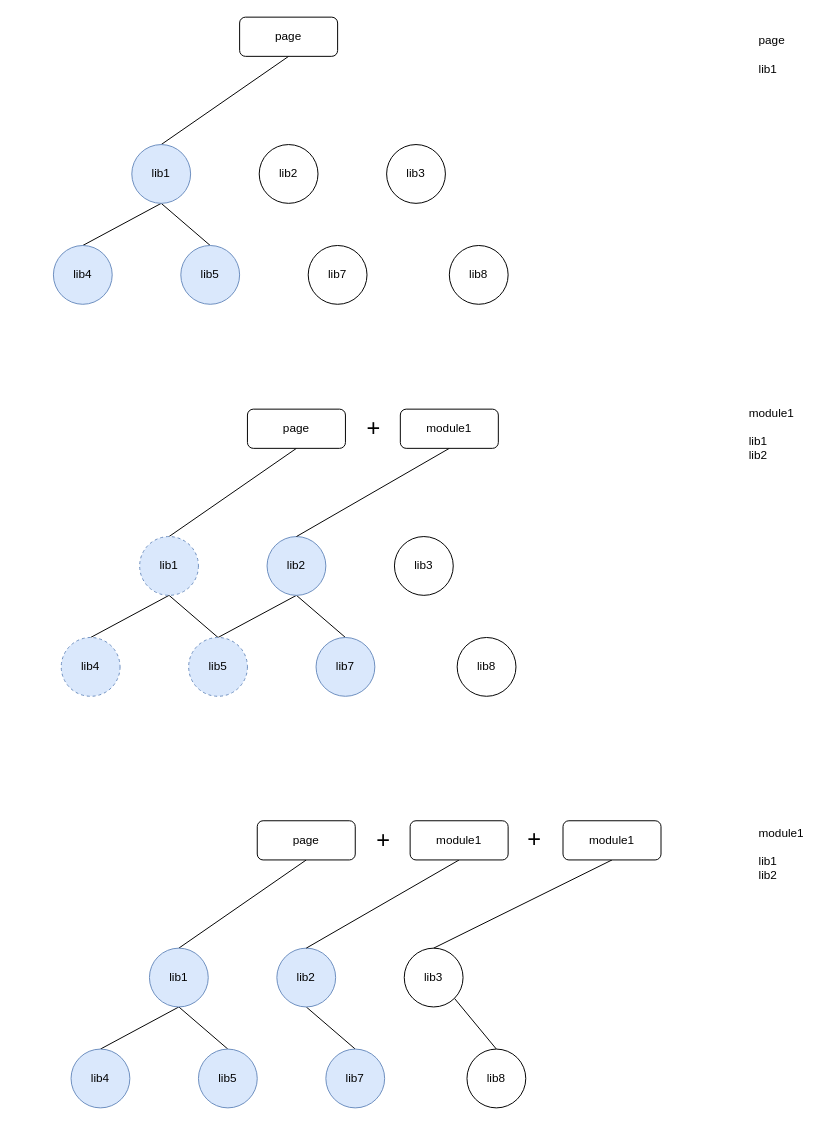
Above: lib deps.drawio in lokewei/draw.io (draw.io), before the change. Source tidied: cells renumbered, new cells numbered last; positions are measured from the earlier drawing's top-left corner, leaving out a move shared by most shapes. Both pictures are drawn from the tidied source at 98%, with x=0, y=0 at pixel (53, 17).
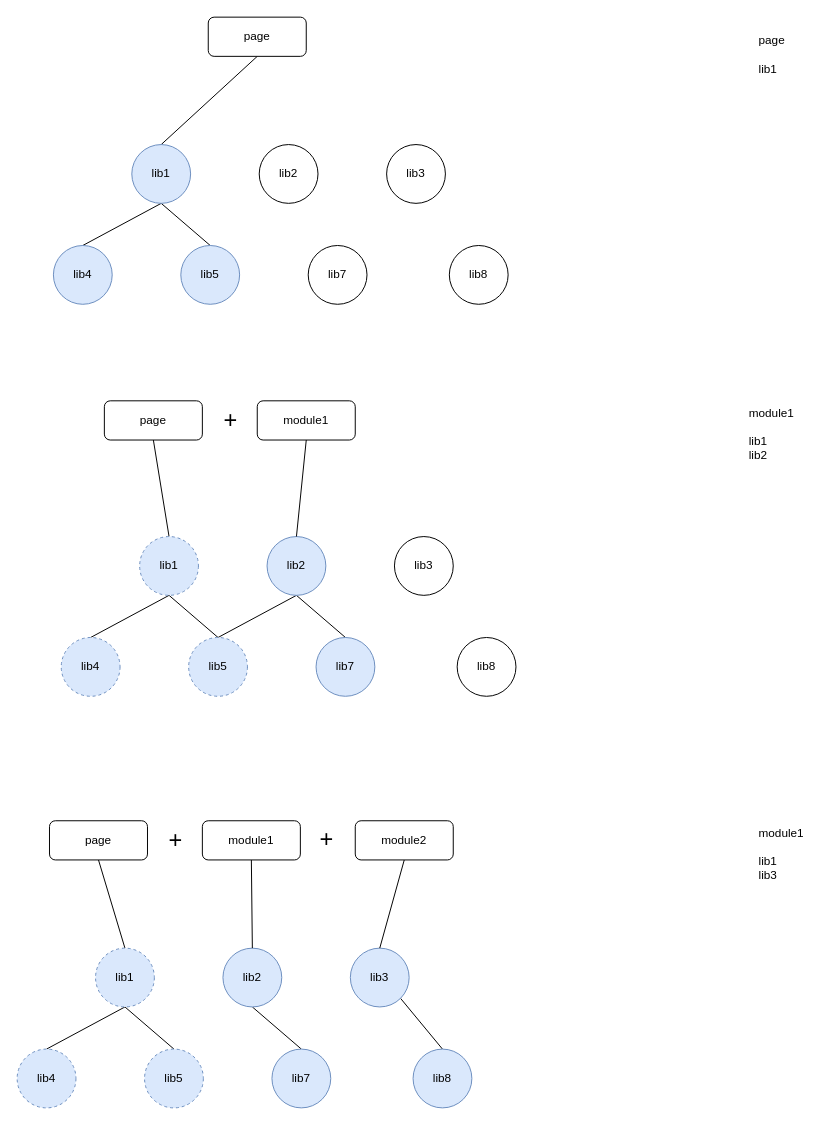
The same diagram, later.

Diff of the diagram source:
```diff
@@
     <mxCell id="3" value="page" style="rounded=1;whiteSpace=wrap;html=1;" parent="1" vertex="1">
-      <mxGeometry x="190" width="100" height="40" as="geometry" />
+      <mxGeometry x="158" width="100" height="40" as="geometry" />
     </mxCell>
@@
     <mxCell id="14" value="page" style="rounded=1;whiteSpace=wrap;html=1;" parent="1" vertex="1">
-      <mxGeometry x="198" y="400" width="100" height="40" as="geometry" />
+      <mxGeometry x="52" y="391.5" width="100" height="40" as="geometry" />
     </mxCell>
@@
     <mxCell id="27" value="module1" style="rounded=1;whiteSpace=wrap;html=1;" parent="1" vertex="1">
-      <mxGeometry x="354" y="400" width="100" height="40" as="geometry" />
+      <mxGeometry x="208" y="391.5" width="100" height="40" as="geometry" />
     </mxCell>
     <mxCell id="28" value="&lt;font style=&quot;font-size: 24px&quot;&gt;+&lt;/font&gt;" style="text;html=1;align=left;verticalAlign=top;spacingTop=-4;strokeWidth=1;" parent="1" vertex="1">
-      <mxGeometry x="318" y="403" width="30" height="37" as="geometry" />
+      <mxGeometry x="172" y="394.5" width="30" height="37" as="geometry" />
     </mxCell>
@@
     <mxCell id="30" value="page" style="rounded=1;whiteSpace=wrap;html=1;" parent="1" vertex="1">
-      <mxGeometry x="208" y="820" width="100" height="40" as="geometry" />
+      <mxGeometry x="-4" y="820" width="100" height="40" as="geometry" />
     </mxCell>
@@
-    <mxCell id="33" value="lib1" style="ellipse;whiteSpace=wrap;html=1;fillColor=#dae8fc;strokeColor=#6c8ebf;" parent="1" vertex="1">
-      <mxGeometry x="98" y="950" width="60" height="60" as="geometry" />
+    <mxCell id="33" value="lib1" style="ellipse;whiteSpace=wrap;html=1;fillColor=#dae8fc;strokeColor=#6c8ebf;dashed=1;" parent="1" vertex="1">
+      <mxGeometry x="43" y="950" width="60" height="60" as="geometry" />
     </mxCell>
@@
     <mxCell id="35" value="lib2" style="ellipse;whiteSpace=wrap;html=1;fillColor=#dae8fc;strokeColor=#6c8ebf;" parent="1" vertex="1">
-      <mxGeometry x="228" y="950" width="60" height="60" as="geometry" />
+      <mxGeometry x="173" y="950" width="60" height="60" as="geometry" />
     </mxCell>
@@
-    <mxCell id="37" value="lib3" style="ellipse;whiteSpace=wrap;html=1;" parent="1" vertex="1">
-      <mxGeometry x="358" y="950" width="60" height="60" as="geometry" />
+    <mxCell id="37" value="lib3" style="ellipse;whiteSpace=wrap;html=1;fillColor=#dae8fc;strokeColor=#6c8ebf;" parent="1" vertex="1">
+      <mxGeometry x="303" y="950" width="60" height="60" as="geometry" />
     </mxCell>
-    <mxCell id="38" value="lib4" style="ellipse;whiteSpace=wrap;html=1;fillColor=#dae8fc;strokeColor=#6c8ebf;" parent="1" vertex="1">
-      <mxGeometry x="18" y="1053" width="60" height="60" as="geometry" />
+    <mxCell id="38" value="lib4" style="ellipse;whiteSpace=wrap;html=1;fillColor=#dae8fc;strokeColor=#6c8ebf;dashed=1;" parent="1" vertex="1">
+      <mxGeometry x="-37" y="1053" width="60" height="60" as="geometry" />
     </mxCell>
-    <mxCell id="39" value="lib5" style="ellipse;whiteSpace=wrap;html=1;fillColor=#dae8fc;strokeColor=#6c8ebf;" parent="1" vertex="1">
-      <mxGeometry x="148" y="1053" width="60" height="60" as="geometry" />
+    <mxCell id="39" value="lib5" style="ellipse;whiteSpace=wrap;html=1;fillColor=#dae8fc;strokeColor=#6c8ebf;dashed=1;" parent="1" vertex="1">
+      <mxGeometry x="93" y="1053" width="60" height="60" as="geometry" />
     </mxCell>
     <mxCell id="40" value="lib7" style="ellipse;whiteSpace=wrap;html=1;fillColor=#dae8fc;strokeColor=#6c8ebf;" parent="1" vertex="1">
-      <mxGeometry x="278" y="1053" width="60" height="60" as="geometry" />
+      <mxGeometry x="223" y="1053" width="60" height="60" as="geometry" />
     </mxCell>
-    <mxCell id="41" value="lib8" style="ellipse;whiteSpace=wrap;html=1;" parent="1" vertex="1">
-      <mxGeometry x="422" y="1053" width="60" height="60" as="geometry" />
+    <mxCell id="41" value="lib8" style="ellipse;whiteSpace=wrap;html=1;fillColor=#dae8fc;strokeColor=#6c8ebf;" parent="1" vertex="1">
+      <mxGeometry x="367" y="1053" width="60" height="60" as="geometry" />
     </mxCell>
@@
     <mxCell id="43" value="module1" style="rounded=1;whiteSpace=wrap;html=1;" parent="1" vertex="1">
-      <mxGeometry x="364" y="820" width="100" height="40" as="geometry" />
+      <mxGeometry x="152" y="820" width="100" height="40" as="geometry" />
     </mxCell>
     <mxCell id="44" value="&lt;font style=&quot;font-size: 24px&quot;&gt;+&lt;/font&gt;" style="text;html=1;align=left;verticalAlign=top;spacingTop=-4;strokeWidth=1;" parent="1" vertex="1">
-      <mxGeometry x="328" y="823" width="30" height="37" as="geometry" />
+      <mxGeometry x="116" y="823" width="30" height="37" as="geometry" />
     </mxCell>
@@
-    <mxCell id="46" value="module1" style="rounded=1;whiteSpace=wrap;html=1;" parent="1" vertex="1">
-      <mxGeometry x="520" y="820" width="100" height="40" as="geometry" />
+    <mxCell id="46" value="module2" style="rounded=1;whiteSpace=wrap;html=1;" parent="1" vertex="1">
+      <mxGeometry x="308" y="820" width="100" height="40" as="geometry" />
     </mxCell>
     <mxCell id="47" value="&lt;font style=&quot;font-size: 24px&quot;&gt;+&lt;/font&gt;" style="text;html=1;align=left;verticalAlign=top;spacingTop=-4;strokeWidth=1;" parent="1" vertex="1">
-      <mxGeometry x="482" y="821.5" width="30" height="37" as="geometry" />
+      <mxGeometry x="270" y="821.5" width="30" height="37" as="geometry" />
     </mxCell>
@@
-    <mxCell id="49" value="module1&lt;br&gt;&lt;br&gt;lib1&lt;br&gt;lib2" style="text;html=1;align=left;verticalAlign=top;spacingTop=-4;" parent="1" vertex="1">
+    <mxCell id="49" value="module1&lt;br&gt;&lt;br&gt;lib1&lt;br&gt;lib3" style="text;html=1;align=left;verticalAlign=top;spacingTop=-4;" parent="1" vertex="1">
       <mxGeometry x="718" y="823" width="60" height="60" as="geometry" />
     </mxCell>
```
